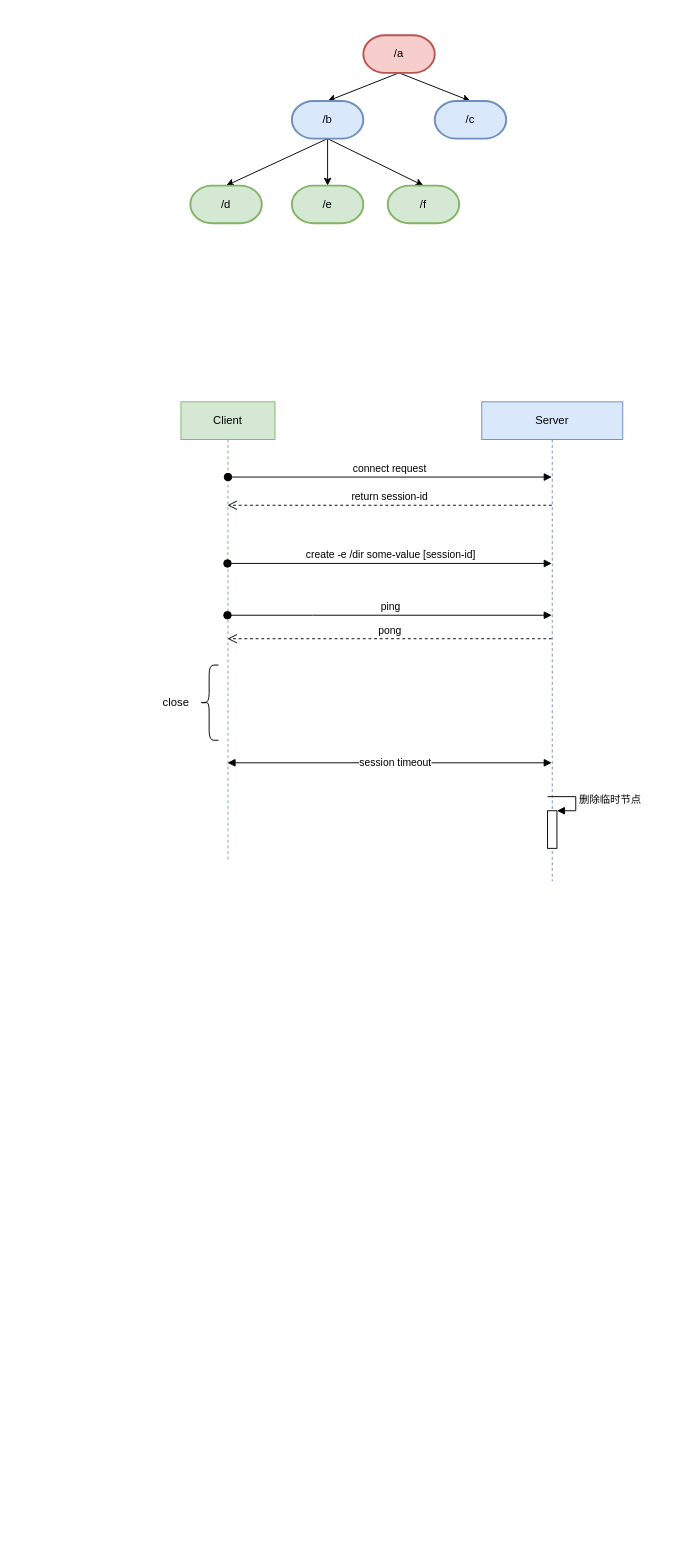
Earlier version of the draw.io diagram zookeeper/zookeeper.drawio (thebesteric/draw.io). Source tidied: cells renumbered, new cells numbered last; positions are measured from the earlier drawing's top-left corner, leaving out a move shared by most shapes. Both pictures are drawn from the tidied source at 94%, with x=0, y=0 at pixel (152, 35).
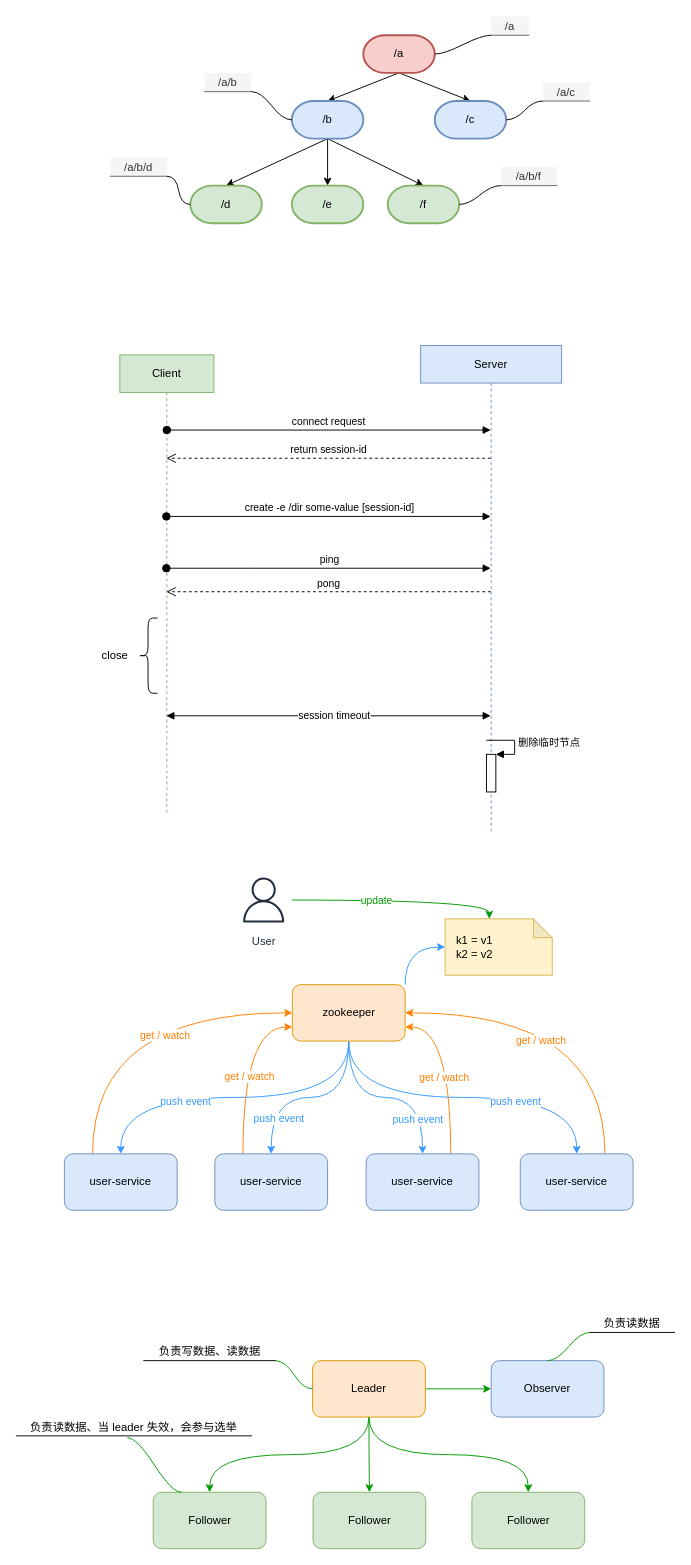
The same diagram, later.

Unchanged cells that the change refers to:
```xml
<mxCell id="17" value="/a" style="strokeWidth=2;html=1;shape=mxgraph.flowchart.terminator;whiteSpace=wrap;fillColor=#f8cecc;strokeColor=#b85450;" parent="1" vertex="1">
  <mxGeometry x="224" width="76" height="40" as="geometry" />
</mxCell>
<mxCell id="21" value="/b" style="strokeWidth=2;html=1;shape=mxgraph.flowchart.terminator;whiteSpace=wrap;fillColor=#dae8fc;strokeColor=#6c8ebf;" parent="1" vertex="1">
  <mxGeometry x="148" y="70" width="76" height="40" as="geometry" />
</mxCell>
<mxCell id="22" value="/c" style="strokeWidth=2;html=1;shape=mxgraph.flowchart.terminator;whiteSpace=wrap;fillColor=#dae8fc;strokeColor=#6c8ebf;" parent="1" vertex="1">
  <mxGeometry x="300" y="70" width="76" height="40" as="geometry" />
</mxCell>
<mxCell id="24" value="/d" style="strokeWidth=2;html=1;shape=mxgraph.flowchart.terminator;whiteSpace=wrap;fillColor=#d5e8d4;strokeColor=#82b366;" parent="1" vertex="1">
  <mxGeometry x="40" y="160" width="76" height="40" as="geometry" />
</mxCell>
<mxCell id="25" value="/f" style="strokeWidth=2;html=1;shape=mxgraph.flowchart.terminator;whiteSpace=wrap;fillColor=#d5e8d4;strokeColor=#82b366;" parent="1" vertex="1">
  <mxGeometry x="250" y="160" width="76" height="40" as="geometry" />
</mxCell>
```

Change to the diagram source:
```diff
@@
     <mxCell id="2" value="Client" style="shape=umlLifeline;perimeter=lifelinePerimeter;whiteSpace=wrap;html=1;outlineConnect=0;fillColor=#d5e8d4;strokeColor=#82b366;" parent="1" vertex="1">
-      <mxGeometry x="30" y="390" width="100" height="490" as="geometry" />
+      <mxGeometry x="-35" y="340" width="100" height="490" as="geometry" />
     </mxCell>
@@
     <mxCell id="5" value="Server" style="shape=umlLifeline;perimeter=lifelinePerimeter;whiteSpace=wrap;html=1;outlineConnect=0;fillColor=#dae8fc;strokeColor=#6c8ebf;" parent="1" vertex="1">
-      <mxGeometry x="350" y="390" width="150" height="510" as="geometry" />
+      <mxGeometry x="285" y="330" width="150" height="520" as="geometry" />
     </mxCell>
@@
     <mxCell id="8" value="return session-id" style="html=1;verticalAlign=bottom;endArrow=open;dashed=1;endSize=8;rounded=0;" parent="1" edge="1" source="5" target="2">
       <mxGeometry relative="1" as="geometry">
         <Array as="points">
-          <mxPoint x="290" y="500" />
+          <mxPoint x="225" y="450" />
         </Array>
       </mxGeometry>
     </mxCell>
     <mxCell id="9" value="create -e /dir some-value [session-id]" style="html=1;verticalAlign=bottom;startArrow=oval;startFill=1;endArrow=block;startSize=8;rounded=0;" parent="1" edge="1" target="5">
       <mxGeometry relative="1" as="geometry">
-        <mxPoint x="79.5" y="561.9" as="sourcePoint" />
+        <mxPoint x="14.5" y="511.9" as="sourcePoint" />
       </mxGeometry>
     </mxCell>
     <mxCell id="10" value="ping" style="html=1;verticalAlign=bottom;startArrow=oval;startFill=1;endArrow=block;startSize=8;rounded=0;" parent="1" edge="1" target="5">
       <mxGeometry relative="1" as="geometry">
-        <mxPoint x="79.5" y="617" as="sourcePoint" />
+        <mxPoint x="14.5" y="567" as="sourcePoint" />
         <Array as="points">
-          <mxPoint x="170" y="617" />
+          <mxPoint x="105" y="567" />
         </Array>
       </mxGeometry>
     </mxCell>
     <mxCell id="11" value="pong" style="html=1;verticalAlign=bottom;endArrow=open;dashed=1;endSize=8;rounded=0;" parent="1" edge="1" source="5">
       <mxGeometry relative="1" as="geometry">
-        <mxPoint x="79.5" y="642" as="targetPoint" />
+        <mxPoint x="14.5" y="592" as="targetPoint" />
       </mxGeometry>
     </mxCell>
     <mxCell id="12" style="endArrow=block;startArrow=block;endFill=1;startFill=1;html=1;rounded=0;" parent="1" edge="1">
       <mxGeometry relative="1" as="geometry">
-        <mxPoint x="79.5" y="774" as="sourcePoint" />
-        <mxPoint x="424.5" y="774" as="targetPoint" />
+        <mxPoint x="14.5" y="724" as="sourcePoint" />
+        <mxPoint x="359.5" y="724" as="targetPoint" />
       </mxGeometry>
     </mxCell>
@@
     <mxCell id="14" value="close" style="text;html=1;strokeColor=none;fillColor=none;align=center;verticalAlign=middle;whiteSpace=wrap;rounded=0;" parent="1" vertex="1">
-      <mxGeometry y="695" width="50" height="30" as="geometry" />
+      <mxGeometry x="-65" y="645" width="50" height="30" as="geometry" />
     </mxCell>
@@
+    <mxCell id="26" value="/a" style="whiteSpace=wrap;html=1;shape=partialRectangle;top=0;left=0;bottom=1;right=0;points=[[0,1],[1,1]];fillColor=#f5f5f5;align=center;verticalAlign=bottom;routingCenterY=0.5;snapToPoint=1;newEdgeStyle={&quot;edgeStyle&quot;:&quot;entityRelationEdgeStyle&quot;,&quot;startArrow&quot;:&quot;none&quot;,&quot;endArrow&quot;:&quot;none&quot;,&quot;segment&quot;:10,&quot;curved&quot;:1};fontColor=#333333;sketch=0;strokeColor=#666666;" parent="1" vertex="1">
+      <mxGeometry x="360" y="-20" width="40" height="20" as="geometry" />
+    </mxCell>
+    <mxCell id="27" style="edgeStyle=entityRelationEdgeStyle;startArrow=none;endArrow=none;segment=10;curved=1;rounded=0;fontColor=#000000;exitX=1;exitY=0.5;exitDx=0;exitDy=0;exitPerimeter=0;" parent="1" edge="1" source="17" target="26">
+      <mxGeometry relative="1" as="geometry" />
+    </mxCell>
+    <mxCell id="28" value="/a/c" style="whiteSpace=wrap;html=1;shape=partialRectangle;top=0;left=0;bottom=1;right=0;points=[[0,1],[1,1]];fillColor=#f5f5f5;align=center;verticalAlign=bottom;routingCenterY=0.5;snapToPoint=1;newEdgeStyle={&quot;edgeStyle&quot;:&quot;entityRelationEdgeStyle&quot;,&quot;startArrow&quot;:&quot;none&quot;,&quot;endArrow&quot;:&quot;none&quot;,&quot;segment&quot;:10,&quot;curved&quot;:1};fontColor=#333333;sketch=0;strokeColor=#666666;" parent="1" vertex="1">
+      <mxGeometry x="415" y="50" width="50" height="20" as="geometry" />
+    </mxCell>
+    <mxCell id="29" style="edgeStyle=entityRelationEdgeStyle;startArrow=none;endArrow=none;segment=10;curved=1;rounded=0;fontColor=#000000;exitX=1;exitY=0.5;exitDx=0;exitDy=0;exitPerimeter=0;" parent="1" edge="1" source="22" target="28">
+      <mxGeometry relative="1" as="geometry" />
+    </mxCell>
+    <mxCell id="30" value="/a/b/f" style="whiteSpace=wrap;html=1;shape=partialRectangle;top=0;left=0;bottom=1;right=0;points=[[0,1],[1,1]];fillColor=#f5f5f5;align=center;verticalAlign=bottom;routingCenterY=0.5;snapToPoint=1;newEdgeStyle={&quot;edgeStyle&quot;:&quot;entityRelationEdgeStyle&quot;,&quot;startArrow&quot;:&quot;none&quot;,&quot;endArrow&quot;:&quot;none&quot;,&quot;segment&quot;:10,&quot;curved&quot;:1};fontColor=#333333;sketch=0;strokeColor=#666666;" parent="1" vertex="1">
+      <mxGeometry x="370" y="140" width="60" height="20" as="geometry" />
+    </mxCell>
+    <mxCell id="31" style="edgeStyle=entityRelationEdgeStyle;startArrow=none;endArrow=none;segment=10;curved=1;rounded=0;fontColor=#000000;exitX=1;exitY=0.5;exitDx=0;exitDy=0;exitPerimeter=0;" parent="1" edge="1" source="25" target="30">
+      <mxGeometry relative="1" as="geometry" />
+    </mxCell>
+    <mxCell id="32" value="/a/b" style="whiteSpace=wrap;html=1;shape=partialRectangle;top=0;left=0;bottom=1;right=0;points=[[0,1],[1,1]];fillColor=#f5f5f5;align=center;verticalAlign=bottom;routingCenterY=0.5;snapToPoint=1;newEdgeStyle={&quot;edgeStyle&quot;:&quot;entityRelationEdgeStyle&quot;,&quot;startArrow&quot;:&quot;none&quot;,&quot;endArrow&quot;:&quot;none&quot;,&quot;segment&quot;:10,&quot;curved&quot;:1};fontColor=#333333;sketch=0;strokeColor=#666666;" parent="1" vertex="1">
+      <mxGeometry x="55" y="40" width="50" height="20" as="geometry" />
+    </mxCell>
+    <mxCell id="33" style="edgeStyle=entityRelationEdgeStyle;startArrow=none;endArrow=none;segment=10;curved=1;rounded=0;fontColor=#000000;exitX=0;exitY=0.5;exitDx=0;exitDy=0;exitPerimeter=0;entryX=1;entryY=1;entryDx=0;entryDy=0;" parent="1" edge="1" source="21" target="32">
+      <mxGeometry relative="1" as="geometry" />
+    </mxCell>
+    <mxCell id="34" value="/a/b/d" style="whiteSpace=wrap;html=1;shape=partialRectangle;top=0;left=0;bottom=1;right=0;points=[[0,1],[1,1]];fillColor=#f5f5f5;align=center;verticalAlign=bottom;routingCenterY=0.5;snapToPoint=1;newEdgeStyle={&quot;edgeStyle&quot;:&quot;entityRelationEdgeStyle&quot;,&quot;startArrow&quot;:&quot;none&quot;,&quot;endArrow&quot;:&quot;none&quot;,&quot;segment&quot;:10,&quot;curved&quot;:1};fontColor=#333333;sketch=0;strokeColor=#666666;" parent="1" vertex="1">
+      <mxGeometry x="-45" y="130" width="60" height="20" as="geometry" />
+    </mxCell>
+    <mxCell id="35" style="edgeStyle=entityRelationEdgeStyle;startArrow=none;endArrow=none;segment=10;curved=1;rounded=0;fontColor=#000000;exitX=0;exitY=0.5;exitDx=0;exitDy=0;exitPerimeter=0;entryX=1;entryY=1;entryDx=0;entryDy=0;" parent="1" edge="1" source="24" target="34">
+      <mxGeometry relative="1" as="geometry" />
+    </mxCell>
+    <mxCell id="36" style="edgeStyle=orthogonalEdgeStyle;rounded=0;jettySize=auto;html=1;exitX=0.5;exitY=1;exitDx=0;exitDy=0;fontColor=#000000;curved=1;strokeColor=#3399FF;" parent="1" edge="1" source="45" target="48">
+      <mxGeometry relative="1" as="geometry" />
+    </mxCell>
+    <mxCell id="37" value="&lt;font color=&quot;#3399ff&quot;&gt;push event&lt;/font&gt;" style="edgeLabel;html=1;align=center;verticalAlign=middle;fontColor=#FF8000;" parent="36" vertex="1">
+      <mxGeometry x="0.29" y="4" relative="1" as="geometry" />
+    </mxCell>
+    <mxCell id="38" style="edgeStyle=orthogonalEdgeStyle;curved=1;rounded=0;jettySize=auto;html=1;exitX=0.5;exitY=1;exitDx=0;exitDy=0;fontColor=#000000;strokeColor=#3399FF;" parent="1" edge="1" source="45" target="51">
+      <mxGeometry relative="1" as="geometry" />
+    </mxCell>
+    <mxCell id="39" value="push event" style="edgeLabel;html=1;align=center;verticalAlign=middle;fontColor=#3399FF;" parent="38" vertex="1">
+      <mxGeometry x="0.63" y="7" relative="1" as="geometry" />
+    </mxCell>
+    <mxCell id="40" style="edgeStyle=orthogonalEdgeStyle;curved=1;rounded=0;jettySize=auto;html=1;exitX=0.5;exitY=1;exitDx=0;exitDy=0;entryX=0.5;entryY=0;entryDx=0;entryDy=0;fontColor=#000000;strokeColor=#3399FF;" parent="1" edge="1" source="45" target="54">
+      <mxGeometry relative="1" as="geometry" />
+    </mxCell>
+    <mxCell id="41" value="push event" style="edgeLabel;html=1;align=center;verticalAlign=middle;fontColor=#3399FF;" parent="40" vertex="1">
+      <mxGeometry x="0.62" y="-6" relative="1" as="geometry">
+        <mxPoint y="1" as="offset" />
+      </mxGeometry>
+    </mxCell>
+    <mxCell id="42" style="edgeStyle=orthogonalEdgeStyle;curved=1;rounded=0;jettySize=auto;html=1;exitX=0.5;exitY=1;exitDx=0;exitDy=0;entryX=0.5;entryY=0;entryDx=0;entryDy=0;fontColor=#000000;strokeColor=#3399FF;" parent="1" edge="1" source="45" target="57">
+      <mxGeometry relative="1" as="geometry" />
+    </mxCell>
+    <mxCell id="43" value="push event" style="edgeLabel;html=1;align=center;verticalAlign=middle;fontColor=#3399FF;" parent="42" vertex="1">
+      <mxGeometry x="0.31" y="-4" relative="1" as="geometry" />
+    </mxCell>
+    <mxCell id="44" style="edgeStyle=orthogonalEdgeStyle;curved=1;rounded=0;jettySize=auto;html=1;exitX=1;exitY=0;exitDx=0;exitDy=0;entryX=0;entryY=0.5;entryDx=0;entryDy=0;entryPerimeter=0;fontColor=#3399FF;strokeColor=#3399FF;" parent="1" edge="1" source="45" target="58">
+      <mxGeometry relative="1" as="geometry" />
+    </mxCell>
+    <mxCell id="45" value="zookeeper" style="rounded=1;whiteSpace=wrap;html=1;sketch=0;fillColor=#ffe6cc;strokeColor=#d79b00;" parent="1" vertex="1">
+      <mxGeometry x="148.5" y="1010" width="120" height="60" as="geometry" />
+    </mxCell>
+    <mxCell id="46" style="edgeStyle=orthogonalEdgeStyle;curved=1;rounded=0;jettySize=auto;html=1;exitX=0.25;exitY=0;exitDx=0;exitDy=0;entryX=0;entryY=0.5;entryDx=0;entryDy=0;fontColor=#000000;strokeColor=#FF8000;" parent="1" edge="1" source="48" target="45">
+      <mxGeometry relative="1" as="geometry" />
+    </mxCell>
+    <mxCell id="47" value="get / watch" style="edgeLabel;html=1;align=center;verticalAlign=middle;fontColor=#FF8000;" parent="46" vertex="1">
+      <mxGeometry x="0.24" y="-23" relative="1" as="geometry">
+        <mxPoint x="1" as="offset" />
+      </mxGeometry>
+    </mxCell>
+    <mxCell id="48" value="user-service" style="rounded=1;whiteSpace=wrap;html=1;sketch=0;fillColor=#dae8fc;strokeColor=#6c8ebf;" parent="1" vertex="1">
+      <mxGeometry x="-94" y="1190" width="120" height="60" as="geometry" />
+    </mxCell>
+    <mxCell id="49" style="edgeStyle=orthogonalEdgeStyle;curved=1;rounded=0;jettySize=auto;html=1;exitX=0.25;exitY=0;exitDx=0;exitDy=0;entryX=0;entryY=0.75;entryDx=0;entryDy=0;fontColor=#000000;strokeColor=#FF8000;" parent="1" edge="1" source="51" target="45">
+      <mxGeometry relative="1" as="geometry" />
+    </mxCell>
+    <mxCell id="50" value="get / watch" style="edgeLabel;html=1;align=center;verticalAlign=middle;fontColor=#FF8000;" parent="49" vertex="1">
+      <mxGeometry x="-0.11" y="-5" relative="1" as="geometry">
+        <mxPoint x="1" as="offset" />
+      </mxGeometry>
+    </mxCell>
+    <mxCell id="51" value="user-service" style="rounded=1;whiteSpace=wrap;html=1;sketch=0;fillColor=#dae8fc;strokeColor=#6c8ebf;" parent="1" vertex="1">
+      <mxGeometry x="66" y="1190" width="120" height="60" as="geometry" />
+    </mxCell>
+    <mxCell id="52" style="edgeStyle=orthogonalEdgeStyle;curved=1;rounded=0;jettySize=auto;html=1;exitX=0.75;exitY=0;exitDx=0;exitDy=0;entryX=1;entryY=0.75;entryDx=0;entryDy=0;fontColor=#000000;strokeColor=#FF8000;" parent="1" edge="1" source="54" target="45">
+      <mxGeometry relative="1" as="geometry" />
+    </mxCell>
+    <mxCell id="53" value="get / watch" style="edgeLabel;html=1;align=center;verticalAlign=middle;fontColor=#FF8000;" parent="52" vertex="1">
+      <mxGeometry x="-0.11" y="9" relative="1" as="geometry">
+        <mxPoint x="1" as="offset" />
+      </mxGeometry>
+    </mxCell>
+    <mxCell id="54" value="user-service" style="rounded=1;whiteSpace=wrap;html=1;sketch=0;fillColor=#dae8fc;strokeColor=#6c8ebf;" parent="1" vertex="1">
+      <mxGeometry x="227" y="1190" width="120" height="60" as="geometry" />
+    </mxCell>
+    <mxCell id="55" style="edgeStyle=orthogonalEdgeStyle;curved=1;rounded=0;jettySize=auto;html=1;exitX=0.75;exitY=0;exitDx=0;exitDy=0;entryX=1;entryY=0.5;entryDx=0;entryDy=0;fontColor=#000000;strokeColor=#FF8000;" parent="1" edge="1" source="57" target="45">
+      <mxGeometry relative="1" as="geometry" />
+    </mxCell>
+    <mxCell id="56" value="get / watch" style="edgeLabel;html=1;align=center;verticalAlign=middle;fontColor=#FF8000;" parent="55" vertex="1">
+      <mxGeometry x="0.21" y="29" relative="1" as="geometry" />
+    </mxCell>
+    <mxCell id="57" value="user-service" style="rounded=1;whiteSpace=wrap;html=1;sketch=0;fillColor=#dae8fc;strokeColor=#6c8ebf;" parent="1" vertex="1">
+      <mxGeometry x="391" y="1190" width="120" height="60" as="geometry" />
+    </mxCell>
+    <mxCell id="58" value="k1 = v1&lt;br&gt;k2 = v2" style="shape=note;whiteSpace=wrap;html=1;backgroundOutline=1;darkOpacity=0.05;sketch=0;align=left;spacing=12;fillColor=#fff2cc;strokeColor=#d6b656;size=20;" parent="1" vertex="1">
+      <mxGeometry x="311" y="940" width="114" height="60" as="geometry" />
+    </mxCell>
+    <mxCell id="59" style="edgeStyle=orthogonalEdgeStyle;curved=1;rounded=0;jettySize=auto;html=1;entryX=0;entryY=0;entryDx=47;entryDy=0;entryPerimeter=0;fontColor=#FF0000;strokeColor=#009900;" parent="1" edge="1" source="61" target="58">
+      <mxGeometry relative="1" as="geometry" />
+    </mxCell>
+    <mxCell id="60" value="update" style="edgeLabel;html=1;align=center;verticalAlign=middle;fontColor=#009900;" parent="59" vertex="1">
+      <mxGeometry x="-0.23" relative="1" as="geometry" />
+    </mxCell>
+    <mxCell id="61" value="User" style="sketch=0;outlineConnect=0;fontColor=#232F3E;gradientColor=none;strokeColor=#232F3E;fillColor=#ffffff;dashed=0;verticalLabelPosition=bottom;verticalAlign=top;align=center;html=1;fontSize=12;fontStyle=0;shape=mxgraph.aws4.resourceIcon;resIcon=mxgraph.aws4.user;" parent="1" vertex="1">
+      <mxGeometry x="88" y="890" width="60" height="60" as="geometry" />
+    </mxCell>
+    <mxCell id="62" style="edgeStyle=orthogonalEdgeStyle;curved=1;rounded=0;jettySize=auto;html=1;exitX=0.5;exitY=1;exitDx=0;exitDy=0;fontColor=#009900;strokeColor=#009900;" parent="1" edge="1" source="66" target="67">
+      <mxGeometry relative="1" as="geometry" />
+    </mxCell>
+    <mxCell id="63" style="edgeStyle=orthogonalEdgeStyle;curved=1;rounded=0;jettySize=auto;html=1;exitX=0.5;exitY=1;exitDx=0;exitDy=0;entryX=0.5;entryY=0;entryDx=0;entryDy=0;fontColor=#009900;strokeColor=#009900;" parent="1" edge="1" source="66" target="68">
+      <mxGeometry relative="1" as="geometry" />
+    </mxCell>
+    <mxCell id="64" style="edgeStyle=orthogonalEdgeStyle;curved=1;rounded=0;jettySize=auto;html=1;exitX=0.5;exitY=1;exitDx=0;exitDy=0;entryX=0.5;entryY=0;entryDx=0;entryDy=0;fontColor=#009900;strokeColor=#009900;" parent="1" edge="1" source="66" target="69">
+      <mxGeometry relative="1" as="geometry" />
+    </mxCell>
+    <mxCell id="65" style="edgeStyle=orthogonalEdgeStyle;curved=1;rounded=0;jettySize=auto;html=1;exitX=1;exitY=0.5;exitDx=0;exitDy=0;fontColor=#009900;strokeColor=#009900;" parent="1" edge="1" source="66" target="70">
+      <mxGeometry relative="1" as="geometry" />
+    </mxCell>
+    <mxCell id="66" value="Leader" style="rounded=1;whiteSpace=wrap;html=1;sketch=0;fillColor=#ffe6cc;strokeColor=#d79b00;" parent="1" vertex="1">
+      <mxGeometry x="170" y="1410" width="120" height="60" as="geometry" />
+    </mxCell>
+    <mxCell id="67" value="Follower" style="rounded=1;whiteSpace=wrap;html=1;sketch=0;fillColor=#d5e8d4;strokeColor=#82b366;" parent="1" vertex="1">
+      <mxGeometry x="0.5" y="1550" width="120" height="60" as="geometry" />
+    </mxCell>
+    <mxCell id="68" value="Follower" style="rounded=1;whiteSpace=wrap;html=1;sketch=0;fillColor=#d5e8d4;strokeColor=#82b366;" parent="1" vertex="1">
+      <mxGeometry x="170.5" y="1550" width="120" height="60" as="geometry" />
+    </mxCell>
+    <mxCell id="69" value="Follower" style="rounded=1;whiteSpace=wrap;html=1;sketch=0;fillColor=#d5e8d4;strokeColor=#82b366;" parent="1" vertex="1">
+      <mxGeometry x="339.5" y="1550" width="120" height="60" as="geometry" />
+    </mxCell>
+    <mxCell id="70" value="Observer" style="rounded=1;whiteSpace=wrap;html=1;sketch=0;fillColor=#dae8fc;strokeColor=#6c8ebf;" parent="1" vertex="1">
+      <mxGeometry x="360" y="1410" width="120" height="60" as="geometry" />
+    </mxCell>
+    <mxCell id="71" value="负责写数据、读数据" style="whiteSpace=wrap;html=1;shape=partialRectangle;top=0;left=0;bottom=1;right=0;points=[[0,1],[1,1]];fillColor=none;align=center;verticalAlign=bottom;routingCenterY=0.5;snapToPoint=1;newEdgeStyle={&quot;edgeStyle&quot;:&quot;entityRelationEdgeStyle&quot;,&quot;startArrow&quot;:&quot;none&quot;,&quot;endArrow&quot;:&quot;none&quot;,&quot;segment&quot;:10,&quot;curved&quot;:1};fontColor=#000000;sketch=0;" parent="1" vertex="1">
+      <mxGeometry x="-9.5" y="1390" width="140" height="20" as="geometry" />
+    </mxCell>
+    <mxCell id="72" style="edgeStyle=entityRelationEdgeStyle;startArrow=none;endArrow=none;segment=10;curved=1;rounded=0;fontColor=#000000;strokeColor=#009900;entryX=1;entryY=1;entryDx=0;entryDy=0;exitX=0;exitY=0.5;exitDx=0;exitDy=0;" parent="1" edge="1" source="66" target="71">
+      <mxGeometry relative="1" as="geometry" />
+    </mxCell>
+    <mxCell id="73" value="负责读数据、当 leader 失效，会参与选举" style="whiteSpace=wrap;html=1;shape=partialRectangle;top=0;left=0;bottom=1;right=0;points=[[0,1],[1,1]];fillColor=none;align=center;verticalAlign=bottom;routingCenterY=0.5;snapToPoint=1;newEdgeStyle={&quot;edgeStyle&quot;:&quot;entityRelationEdgeStyle&quot;,&quot;startArrow&quot;:&quot;none&quot;,&quot;endArrow&quot;:&quot;none&quot;,&quot;segment&quot;:10,&quot;curved&quot;:1};fontColor=#000000;sketch=0;" parent="1" vertex="1">
+      <mxGeometry x="-145" y="1470" width="250" height="20" as="geometry" />
+    </mxCell>
+    <mxCell id="74" style="edgeStyle=entityRelationEdgeStyle;startArrow=none;endArrow=none;segment=10;curved=1;rounded=0;fontColor=#000000;strokeColor=#009900;entryX=0.472;entryY=1.1;entryDx=0;entryDy=0;exitX=0.25;exitY=0;exitDx=0;exitDy=0;entryPerimeter=0;" parent="1" edge="1" source="67" target="73">
+      <mxGeometry relative="1" as="geometry" />
+    </mxCell>
+    <mxCell id="75" value="负责读数据" style="whiteSpace=wrap;html=1;shape=partialRectangle;top=0;left=0;bottom=1;right=0;points=[[0,1],[1,1]];fillColor=none;align=center;verticalAlign=bottom;routingCenterY=0.5;snapToPoint=1;newEdgeStyle={&quot;edgeStyle&quot;:&quot;entityRelationEdgeStyle&quot;,&quot;startArrow&quot;:&quot;none&quot;,&quot;endArrow&quot;:&quot;none&quot;,&quot;segment&quot;:10,&quot;curved&quot;:1};fontColor=#000000;sketch=0;" parent="1" vertex="1">
+      <mxGeometry x="465" y="1360" width="90" height="20" as="geometry" />
+    </mxCell>
+    <mxCell id="76" style="edgeStyle=entityRelationEdgeStyle;startArrow=none;endArrow=none;segment=10;curved=1;rounded=0;fontColor=#000000;strokeColor=#009900;exitX=0.5;exitY=0;exitDx=0;exitDy=0;" parent="1" edge="1" source="70" target="75">
+      <mxGeometry relative="1" as="geometry" />
+    </mxCell>
```
